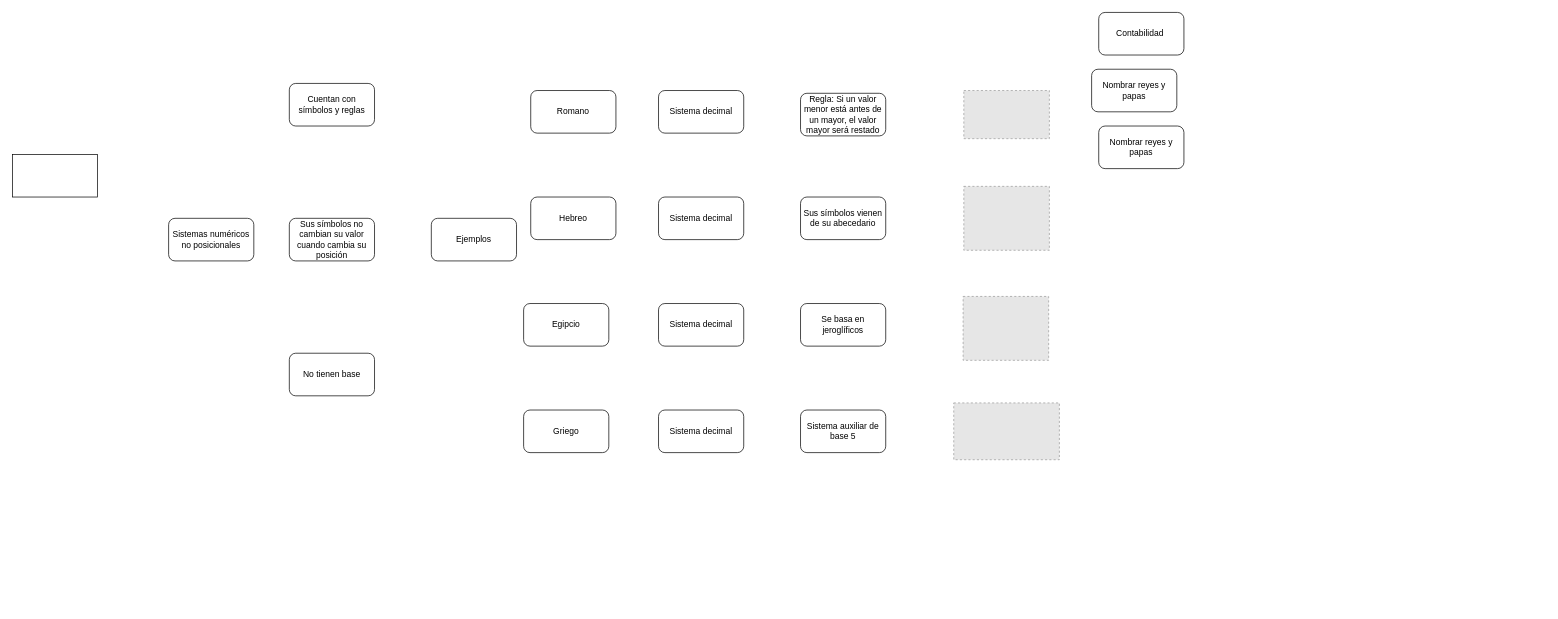
Before: noposicionales.drawio in DavidME1604/IDE, a draw.io diagram. Source tidied: cells renumbered, new cells numbered last; positions are measured from the earlier drawing's top-left corner, leaving out a move shared by most shapes. Both pictures are drawn from the tidied source at 71%, with x=0, y=0 at pixel (12, 12). Pictures stored in the file or linked from it are replaced by grey dashed boxes.
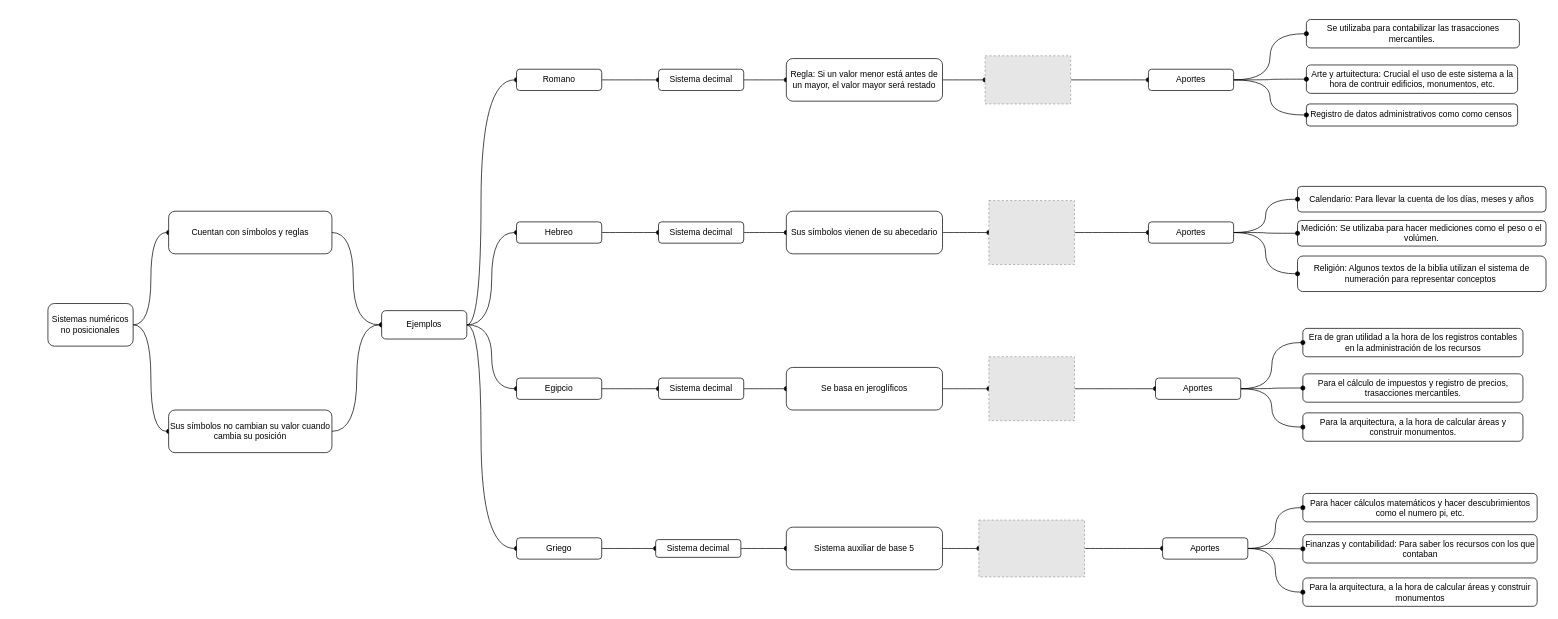
The same diagram, later.

Change to the diagram source:
```diff
@@
+    <mxCell id="27" style="edgeStyle=orthogonalEdgeStyle;html=1;entryX=0;entryY=0.5;entryDx=0;entryDy=0;strokeColor=default;endArrow=oval;endFill=1;curved=1;" parent="1" edge="1" source="2" target="3">
+      <mxGeometry relative="1" as="geometry" />
+    </mxCell>
+    <mxCell id="28" style="edgeStyle=orthogonalEdgeStyle;curved=1;sketch=0;html=1;entryX=0;entryY=0.5;entryDx=0;entryDy=0;strokeColor=default;endArrow=oval;endFill=1;" parent="1" edge="1" source="2" target="4">
+      <mxGeometry relative="1" as="geometry" />
+    </mxCell>
     <mxCell id="2" value="Sistemas numéricos no posicionales" style="rounded=1;whiteSpace=wrap;html=1;" parent="1" vertex="1">
-      <mxGeometry x="220" y="290" width="120" height="60" as="geometry" />
+      <mxGeometry x="50" y="410" width="120" height="60" as="geometry" />
     </mxCell>
+    <mxCell id="29" style="edgeStyle=orthogonalEdgeStyle;curved=1;sketch=0;html=1;strokeColor=default;endArrow=oval;endFill=1;" parent="1" edge="1" source="3">
+      <mxGeometry relative="1" as="geometry">
+        <mxPoint x="520" y="440" as="targetPoint" />
+        <Array as="points">
+          <mxPoint x="480" y="310" />
+          <mxPoint x="480" y="440" />
+        </Array>
+      </mxGeometry>
+    </mxCell>
     <mxCell id="3" value="Cuentan con símbolos y reglas" style="rounded=1;whiteSpace=wrap;html=1;" parent="1" vertex="1">
-      <mxGeometry x="390" y="100" width="120" height="60" as="geometry" />
+      <mxGeometry x="220" y="280" width="230" height="60" as="geometry" />
     </mxCell>
+    <mxCell id="30" style="edgeStyle=orthogonalEdgeStyle;curved=1;sketch=0;html=1;entryX=0;entryY=0.5;entryDx=0;entryDy=0;strokeColor=default;endArrow=oval;endFill=1;" parent="1" edge="1" source="4" target="6">
+      <mxGeometry relative="1" as="geometry" />
+    </mxCell>
     <mxCell id="4" value="Sus símbolos no cambian su valor cuando cambia su posición" style="rounded=1;whiteSpace=wrap;html=1;" parent="1" vertex="1">
-      <mxGeometry x="390" y="290" width="120" height="60" as="geometry" />
+      <mxGeometry x="220" y="560" width="230" height="60" as="geometry" />
     </mxCell>
-    <mxCell id="5" value="No tienen base" style="rounded=1;whiteSpace=wrap;html=1;" parent="1" vertex="1">
-      <mxGeometry x="390" y="480" width="120" height="60" as="geometry" />
-    </mxCell>
+    <mxCell id="31" style="edgeStyle=orthogonalEdgeStyle;curved=1;sketch=0;html=1;entryX=0;entryY=0.5;entryDx=0;entryDy=0;strokeColor=default;endArrow=oval;endFill=1;" parent="1" edge="1" source="6" target="8">
+      <mxGeometry relative="1" as="geometry" />
+    </mxCell>
+    <mxCell id="32" style="edgeStyle=orthogonalEdgeStyle;curved=1;sketch=0;html=1;entryX=0;entryY=0.5;entryDx=0;entryDy=0;strokeColor=default;endArrow=oval;endFill=1;" parent="1" edge="1" source="6" target="9">
+      <mxGeometry relative="1" as="geometry" />
+    </mxCell>
+    <mxCell id="33" style="edgeStyle=orthogonalEdgeStyle;curved=1;sketch=0;html=1;entryX=0;entryY=0.5;entryDx=0;entryDy=0;strokeColor=default;endArrow=oval;endFill=1;" parent="1" edge="1" source="6" target="10">
+      <mxGeometry relative="1" as="geometry">
+        <Array as="points">
+          <mxPoint x="660" y="440" />
+          <mxPoint x="660" y="755" />
+        </Array>
+      </mxGeometry>
+    </mxCell>
+    <mxCell id="34" style="edgeStyle=orthogonalEdgeStyle;curved=1;sketch=0;html=1;entryX=0;entryY=0.5;entryDx=0;entryDy=0;strokeColor=default;endArrow=oval;endFill=1;" parent="1" edge="1" source="6" target="7">
+      <mxGeometry relative="1" as="geometry">
+        <Array as="points">
+          <mxPoint x="660" y="440" />
+          <mxPoint x="660" y="95" />
+        </Array>
+      </mxGeometry>
+    </mxCell>
     <mxCell id="6" value="Ejemplos" style="rounded=1;whiteSpace=wrap;html=1;" parent="1" vertex="1">
-      <mxGeometry x="590" y="290" width="120" height="60" as="geometry" />
+      <mxGeometry x="520" y="420" width="120" height="40" as="geometry" />
     </mxCell>
+    <mxCell id="35" style="edgeStyle=orthogonalEdgeStyle;curved=1;sketch=0;html=1;entryX=0;entryY=0.5;entryDx=0;entryDy=0;strokeColor=default;endArrow=oval;endFill=1;" parent="1" edge="1" source="7" target="12">
+      <mxGeometry relative="1" as="geometry" />
+    </mxCell>
     <mxCell id="7" value="Romano" style="rounded=1;whiteSpace=wrap;html=1;" parent="1" vertex="1">
-      <mxGeometry x="730" y="110" width="120" height="60" as="geometry" />
+      <mxGeometry x="710" y="80" width="120" height="30" as="geometry" />
     </mxCell>
+    <mxCell id="36" style="edgeStyle=orthogonalEdgeStyle;curved=1;sketch=0;html=1;strokeColor=default;endArrow=oval;endFill=1;" parent="1" edge="1" source="8" target="14">
+      <mxGeometry relative="1" as="geometry" />
+    </mxCell>
     <mxCell id="8" value="Hebreo" style="rounded=1;whiteSpace=wrap;html=1;" parent="1" vertex="1">
-      <mxGeometry x="730" y="260" width="120" height="60" as="geometry" />
+      <mxGeometry x="710" y="295" width="120" height="30" as="geometry" />
     </mxCell>
+    <mxCell id="37" style="edgeStyle=orthogonalEdgeStyle;curved=1;sketch=0;html=1;strokeColor=default;endArrow=oval;endFill=1;" parent="1" edge="1" source="9" target="18">
+      <mxGeometry relative="1" as="geometry" />
+    </mxCell>
     <mxCell id="9" value="Egipcio" style="rounded=1;whiteSpace=wrap;html=1;" parent="1" vertex="1">
-      <mxGeometry x="720" y="410" width="120" height="60" as="geometry" />
+      <mxGeometry x="710" y="515" width="120" height="30" as="geometry" />
     </mxCell>
+    <mxCell id="38" style="edgeStyle=orthogonalEdgeStyle;curved=1;sketch=0;html=1;strokeColor=default;endArrow=oval;endFill=1;" parent="1" edge="1" source="10" target="21">
+      <mxGeometry relative="1" as="geometry" />
+    </mxCell>
     <mxCell id="10" value="Griego" style="rounded=1;whiteSpace=wrap;html=1;" parent="1" vertex="1">
-      <mxGeometry x="720" y="560" width="120" height="60" as="geometry" />
+      <mxGeometry x="710" y="740" width="120" height="30" as="geometry" />
     </mxCell>
-    <mxCell id="11" style="rounded=0;whiteSpace=wrap;html=1;" parent="1" vertex="1">
-      <mxGeometry y="200" width="120" height="60" as="geometry" />
-    </mxCell>
+    <mxCell id="39" style="edgeStyle=orthogonalEdgeStyle;curved=1;sketch=0;html=1;strokeColor=default;endArrow=oval;endFill=1;" parent="1" edge="1" source="12" target="13">
+      <mxGeometry relative="1" as="geometry" />
+    </mxCell>
     <mxCell id="12" value="Sistema decimal" style="rounded=1;whiteSpace=wrap;html=1;" parent="1" vertex="1">
-      <mxGeometry x="910" y="110" width="120" height="60" as="geometry" />
+      <mxGeometry x="910" y="80" width="120" height="30" as="geometry" />
     </mxCell>
+    <mxCell id="40" style="edgeStyle=orthogonalEdgeStyle;curved=1;sketch=0;html=1;strokeColor=default;endArrow=oval;endFill=1;" parent="1" edge="1" source="13" target="15">
+      <mxGeometry relative="1" as="geometry" />
+    </mxCell>
     <mxCell id="13" value="Regla: Si un valor menor está antes de un mayor, el valor mayor será restado" style="rounded=1;whiteSpace=wrap;html=1;" parent="1" vertex="1">
-      <mxGeometry x="1110" y="113.9" width="120" height="60" as="geometry" />
+      <mxGeometry x="1090" y="65" width="220" height="60" as="geometry" />
     </mxCell>
+    <mxCell id="41" style="edgeStyle=orthogonalEdgeStyle;curved=1;sketch=0;html=1;strokeColor=default;endArrow=oval;endFill=1;" parent="1" edge="1" source="14" target="16">
+      <mxGeometry relative="1" as="geometry" />
+    </mxCell>
     <mxCell id="14" value="Sistema decimal" style="rounded=1;whiteSpace=wrap;html=1;" parent="1" vertex="1">
-      <mxGeometry x="910" y="260" width="120" height="60" as="geometry" />
+      <mxGeometry x="910" y="295" width="120" height="30" as="geometry" />
     </mxCell>
+    <mxCell id="42" style="edgeStyle=orthogonalEdgeStyle;curved=1;sketch=0;html=1;strokeColor=default;endArrow=oval;endFill=1;" parent="1" edge="1" source="15" target="63">
+      <mxGeometry relative="1" as="geometry" />
+    </mxCell>
     <mxCell id="15" style="fillColor=#E6E6E6;strokeColor=#999999;dashed=1;verticalLabelPosition=bottom;labelBackgroundColor=default;verticalAlign=top;" parent="1" vertex="1">
-      <mxGeometry x="1340" y="110" width="120.5" height="67.8" as="geometry" />
+      <mxGeometry x="1370" y="61.1" width="120.5" height="67.8" as="geometry" />
     </mxCell>
+    <mxCell id="43" style="edgeStyle=orthogonalEdgeStyle;curved=1;sketch=0;html=1;strokeColor=default;endArrow=oval;endFill=1;" parent="1" edge="1" source="16" target="17">
+      <mxGeometry relative="1" as="geometry" />
+    </mxCell>
     <mxCell id="16" value="Sus símbolos vienen de su abecedario" style="rounded=1;whiteSpace=wrap;html=1;" parent="1" vertex="1">
-      <mxGeometry x="1110" y="260" width="120" height="60" as="geometry" />
+      <mxGeometry x="1090" y="280" width="220" height="60" as="geometry" />
     </mxCell>
+    <mxCell id="44" style="edgeStyle=orthogonalEdgeStyle;curved=1;sketch=0;html=1;strokeColor=default;endArrow=oval;endFill=1;" parent="1" edge="1" source="17" target="75">
+      <mxGeometry relative="1" as="geometry" />
+    </mxCell>
     <mxCell id="17" style="fillColor=#E6E6E6;strokeColor=#999999;dashed=1;verticalLabelPosition=bottom;labelBackgroundColor=default;verticalAlign=top;" parent="1" vertex="1">
-      <mxGeometry x="1340" y="245" width="120.5" height="90" as="geometry" />
+      <mxGeometry x="1375.3" y="265" width="120.5" height="90" as="geometry" />
     </mxCell>
+    <mxCell id="45" style="edgeStyle=orthogonalEdgeStyle;curved=1;sketch=0;html=1;strokeColor=default;endArrow=oval;endFill=1;" parent="1" edge="1" source="18" target="19">
+      <mxGeometry relative="1" as="geometry" />
+    </mxCell>
     <mxCell id="18" value="Sistema decimal" style="rounded=1;whiteSpace=wrap;html=1;" parent="1" vertex="1">
-      <mxGeometry x="910" y="410" width="120" height="60" as="geometry" />
+      <mxGeometry x="910" y="515" width="120" height="30" as="geometry" />
     </mxCell>
+    <mxCell id="46" style="edgeStyle=orthogonalEdgeStyle;curved=1;sketch=0;html=1;strokeColor=default;endArrow=oval;endFill=1;" parent="1" edge="1" source="19" target="20">
+      <mxGeometry relative="1" as="geometry" />
+    </mxCell>
     <mxCell id="19" value="Se basa en jeroglíficos" style="rounded=1;whiteSpace=wrap;html=1;" parent="1" vertex="1">
-      <mxGeometry x="1110" y="410" width="120" height="60" as="geometry" />
+      <mxGeometry x="1090" y="500" width="220" height="60" as="geometry" />
     </mxCell>
+    <mxCell id="47" style="edgeStyle=orthogonalEdgeStyle;curved=1;sketch=0;html=1;strokeColor=default;endArrow=oval;endFill=1;" parent="1" edge="1" source="20" target="71">
+      <mxGeometry relative="1" as="geometry" />
+    </mxCell>
     <mxCell id="20" style="fillColor=#E6E6E6;strokeColor=#999999;dashed=1;verticalLabelPosition=bottom;labelBackgroundColor=default;verticalAlign=top;" parent="1" vertex="1">
-      <mxGeometry x="1339" y="400" width="120.5" height="90" as="geometry" />
+      <mxGeometry x="1375.3" y="485" width="120.5" height="90" as="geometry" />
     </mxCell>
+    <mxCell id="48" style="edgeStyle=orthogonalEdgeStyle;curved=1;sketch=0;html=1;strokeColor=default;endArrow=oval;endFill=1;" parent="1" edge="1" source="21" target="22">
+      <mxGeometry relative="1" as="geometry" />
+    </mxCell>
     <mxCell id="21" value="Sistema decimal" style="rounded=1;whiteSpace=wrap;html=1;" parent="1" vertex="1">
-      <mxGeometry x="910" y="560" width="120" height="60" as="geometry" />
+      <mxGeometry x="906" y="742.5" width="120" height="25" as="geometry" />
     </mxCell>
+    <mxCell id="49" style="edgeStyle=orthogonalEdgeStyle;curved=1;sketch=0;html=1;strokeColor=default;endArrow=oval;endFill=1;" parent="1" edge="1" source="22" target="23">
+      <mxGeometry relative="1" as="geometry" />
+    </mxCell>
     <mxCell id="22" value="Sistema auxiliar de base 5" style="rounded=1;whiteSpace=wrap;html=1;" parent="1" vertex="1">
-      <mxGeometry x="1110" y="560" width="120" height="60" as="geometry" />
+      <mxGeometry x="1090" y="725" width="220" height="60" as="geometry" />
     </mxCell>
+    <mxCell id="50" style="edgeStyle=orthogonalEdgeStyle;curved=1;sketch=0;html=1;strokeColor=default;fontColor=#17141c;endArrow=oval;endFill=1;" parent="1" edge="1" source="23" target="67">
+      <mxGeometry relative="1" as="geometry" />
+    </mxCell>
     <mxCell id="23" style="fillColor=#E6E6E6;strokeColor=#999999;dashed=1;verticalLabelPosition=bottom;labelBackgroundColor=default;verticalAlign=top;" parent="1" vertex="1">
-      <mxGeometry x="1325.8" y="550" width="148.8" height="80" as="geometry" />
+      <mxGeometry x="1361.2" y="715" width="148.8" height="80" as="geometry" />
     </mxCell>
-    <mxCell id="24" value="Contabilidad&amp;nbsp;" style="rounded=1;whiteSpace=wrap;html=1;" parent="1" vertex="1">
-      <mxGeometry x="1530" width="120" height="60" as="geometry" />
+    <mxCell id="24" value="Se utilizaba para contabilizar las trasacciones mercantiles.&amp;nbsp;" style="rounded=1;whiteSpace=wrap;html=1;" parent="1" vertex="1">
+      <mxGeometry x="1822.5" y="10" width="300" height="40" as="geometry" />
     </mxCell>
-    <mxCell id="25" value="Nombrar reyes y papas" style="rounded=1;whiteSpace=wrap;html=1;" parent="1" vertex="1">
-      <mxGeometry x="1520" y="80" width="120" height="60" as="geometry" />
+    <mxCell id="25" value="Arte y artuitectura: Crucial el uso de este sistema a la hora de contruir edificios, monumentos, etc." style="rounded=1;whiteSpace=wrap;html=1;" parent="1" vertex="1">
+      <mxGeometry x="1822.5" y="74" width="297.5" height="40" as="geometry" />
     </mxCell>
-    <mxCell id="26" value="Nombrar reyes y papas" style="rounded=1;whiteSpace=wrap;html=1;" parent="1" vertex="1">
-      <mxGeometry x="1530" y="160" width="120" height="60" as="geometry" />
+    <mxCell id="26" value="Registro de datos administrativos como como censos&amp;nbsp;" style="rounded=1;whiteSpace=wrap;html=1;" parent="1" vertex="1">
+      <mxGeometry x="1822.5" y="128.9" width="297.5" height="31.1" as="geometry" />
     </mxCell>
+    <mxCell id="51" value="Era de gran utilidad a la hora de los registros contables en la administración de los recursos" style="rounded=1;whiteSpace=wrap;html=1;" parent="1" vertex="1">
+      <mxGeometry x="1817.5" y="445" width="310" height="40" as="geometry" />
+    </mxCell>
+    <mxCell id="52" value="Para el cálculo de impuestos y registro de precios, trasacciones mercantiles." style="rounded=1;whiteSpace=wrap;html=1;" parent="1" vertex="1">
+      <mxGeometry x="1817.5" y="509" width="310" height="40" as="geometry" />
+    </mxCell>
+    <mxCell id="53" value="Para la arquitectura, a la hora de calcular áreas y construir monumentos." style="rounded=1;whiteSpace=wrap;html=1;" parent="1" vertex="1">
+      <mxGeometry x="1817.5" y="564" width="310" height="40" as="geometry" />
+    </mxCell>
+    <mxCell id="54" value="Para hacer cálculos matemáticos y hacer descubrimientos como el numero pi, etc." style="rounded=1;whiteSpace=wrap;html=1;" parent="1" vertex="1">
+      <mxGeometry x="1817.5" y="677.5" width="330" height="40" as="geometry" />
+    </mxCell>
+    <mxCell id="55" value="Finanzas y contabilidad: Para saber los recursos con los que contaban" style="rounded=1;whiteSpace=wrap;html=1;" parent="1" vertex="1">
+      <mxGeometry x="1817.5" y="735.5" width="330" height="40" as="geometry" />
+    </mxCell>
+    <mxCell id="56" value="Para la arquitectura, a la hora de calcular áreas y construir monumentos" style="rounded=1;whiteSpace=wrap;html=1;" parent="1" vertex="1">
+      <mxGeometry x="1817.5" y="796.5" width="330" height="40" as="geometry" />
+    </mxCell>
+    <mxCell id="57" value="Calendario: Para llevar la cuenta de los días, meses y años" style="rounded=1;whiteSpace=wrap;html=1;" parent="1" vertex="1">
+      <mxGeometry x="1810" y="245" width="350" height="36.1" as="geometry" />
+    </mxCell>
+    <mxCell id="58" value="Medición: Se utilizaba para hacer mediciones como el peso o el volúmen." style="rounded=1;whiteSpace=wrap;html=1;" parent="1" vertex="1">
+      <mxGeometry x="1810" y="293" width="350" height="36.1" as="geometry" />
+    </mxCell>
+    <mxCell id="59" value="Religión: Algunos textos de la biblia utilizan el sistema de numeración para representar conceptos&amp;nbsp;" style="rounded=1;whiteSpace=wrap;html=1;" parent="1" vertex="1">
+      <mxGeometry x="1810" y="343.1" width="350" height="50" as="geometry" />
+    </mxCell>
+    <mxCell id="60" style="edgeStyle=orthogonalEdgeStyle;curved=1;sketch=0;html=1;entryX=0;entryY=0.5;entryDx=0;entryDy=0;strokeColor=default;endArrow=oval;endFill=1;" parent="1" edge="1" source="63" target="24">
+      <mxGeometry relative="1" as="geometry" />
+    </mxCell>
+    <mxCell id="61" style="edgeStyle=orthogonalEdgeStyle;curved=1;sketch=0;html=1;strokeColor=default;endArrow=oval;endFill=1;" parent="1" edge="1" source="63" target="25">
+      <mxGeometry relative="1" as="geometry" />
+    </mxCell>
+    <mxCell id="62" style="edgeStyle=orthogonalEdgeStyle;curved=1;sketch=0;html=1;entryX=0;entryY=0.5;entryDx=0;entryDy=0;strokeColor=default;endArrow=oval;endFill=1;" parent="1" edge="1" source="63" target="26">
+      <mxGeometry relative="1" as="geometry" />
+    </mxCell>
+    <mxCell id="63" value="Aportes" style="rounded=1;whiteSpace=wrap;html=1;" parent="1" vertex="1">
+      <mxGeometry x="1600" y="80" width="120" height="30" as="geometry" />
+    </mxCell>
+    <mxCell id="64" style="edgeStyle=orthogonalEdgeStyle;curved=1;sketch=0;html=1;entryX=0;entryY=0.5;entryDx=0;entryDy=0;strokeColor=default;endArrow=oval;endFill=1;" parent="1" edge="1" source="67" target="54">
+      <mxGeometry relative="1" as="geometry" />
+    </mxCell>
+    <mxCell id="65" style="edgeStyle=orthogonalEdgeStyle;curved=1;sketch=0;html=1;entryX=0;entryY=0.5;entryDx=0;entryDy=0;strokeColor=default;endArrow=oval;endFill=1;" parent="1" edge="1" source="67" target="55">
+      <mxGeometry relative="1" as="geometry" />
+    </mxCell>
+    <mxCell id="66" style="edgeStyle=orthogonalEdgeStyle;curved=1;sketch=0;html=1;entryX=0;entryY=0.5;entryDx=0;entryDy=0;strokeColor=default;endArrow=oval;endFill=1;" parent="1" edge="1" source="67" target="56">
+      <mxGeometry relative="1" as="geometry" />
+    </mxCell>
+    <mxCell id="67" value="Aportes" style="rounded=1;whiteSpace=wrap;html=1;" parent="1" vertex="1">
+      <mxGeometry x="1620" y="740" width="120" height="30" as="geometry" />
+    </mxCell>
+    <mxCell id="68" style="edgeStyle=orthogonalEdgeStyle;curved=1;sketch=0;html=1;entryX=0;entryY=0.5;entryDx=0;entryDy=0;strokeColor=default;endArrow=oval;endFill=1;" parent="1" edge="1" source="71" target="51">
+      <mxGeometry relative="1" as="geometry" />
+    </mxCell>
+    <mxCell id="69" style="edgeStyle=orthogonalEdgeStyle;curved=1;sketch=0;html=1;strokeColor=default;endArrow=oval;endFill=1;" parent="1" edge="1" source="71" target="52">
+      <mxGeometry relative="1" as="geometry" />
+    </mxCell>
+    <mxCell id="70" style="edgeStyle=orthogonalEdgeStyle;curved=1;sketch=0;html=1;entryX=0;entryY=0.5;entryDx=0;entryDy=0;strokeColor=default;endArrow=oval;endFill=1;" parent="1" edge="1" source="71" target="53">
+      <mxGeometry relative="1" as="geometry" />
+    </mxCell>
+    <mxCell id="71" value="Aportes" style="rounded=1;whiteSpace=wrap;html=1;" parent="1" vertex="1">
+      <mxGeometry x="1610" y="515" width="120" height="30" as="geometry" />
+    </mxCell>
+    <mxCell id="72" style="edgeStyle=orthogonalEdgeStyle;curved=1;sketch=0;html=1;entryX=0;entryY=0.5;entryDx=0;entryDy=0;strokeColor=default;endArrow=oval;endFill=1;" parent="1" edge="1" source="75" target="57">
+      <mxGeometry relative="1" as="geometry" />
+    </mxCell>
+    <mxCell id="73" style="edgeStyle=orthogonalEdgeStyle;curved=1;sketch=0;html=1;entryX=0;entryY=0.5;entryDx=0;entryDy=0;strokeColor=default;endArrow=oval;endFill=1;" parent="1" edge="1" source="75" target="58">
+      <mxGeometry relative="1" as="geometry" />
+    </mxCell>
+    <mxCell id="74" style="edgeStyle=orthogonalEdgeStyle;curved=1;sketch=0;html=1;entryX=0;entryY=0.5;entryDx=0;entryDy=0;strokeColor=default;endArrow=oval;endFill=1;" parent="1" edge="1" source="75" target="59">
+      <mxGeometry relative="1" as="geometry" />
+    </mxCell>
+    <mxCell id="75" value="Aportes" style="rounded=1;whiteSpace=wrap;html=1;" parent="1" vertex="1">
+      <mxGeometry x="1600" y="295" width="120" height="30" as="geometry" />
+    </mxCell>
```
